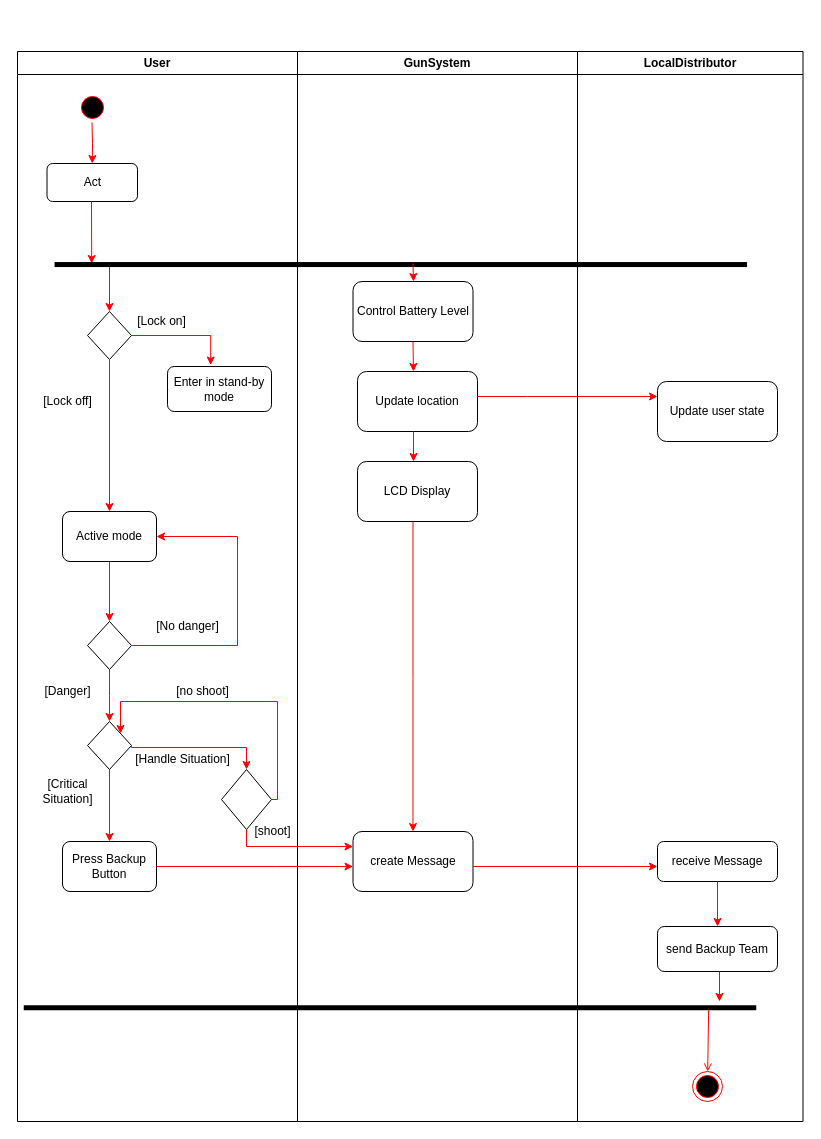
This is SECOND_ACTIVITY_DIAGRAM.drawio from mardyr/UML-and-diagrams, a draw.io file, before an edit. Source tidied: cells renumbered, new cells numbered last; positions are measured from the earlier drawing's top-left corner, leaving out a move shared by most shapes. Both pictures are drawn from the tidied source at 100%, with x=0, y=0 at pixel (17, -82).
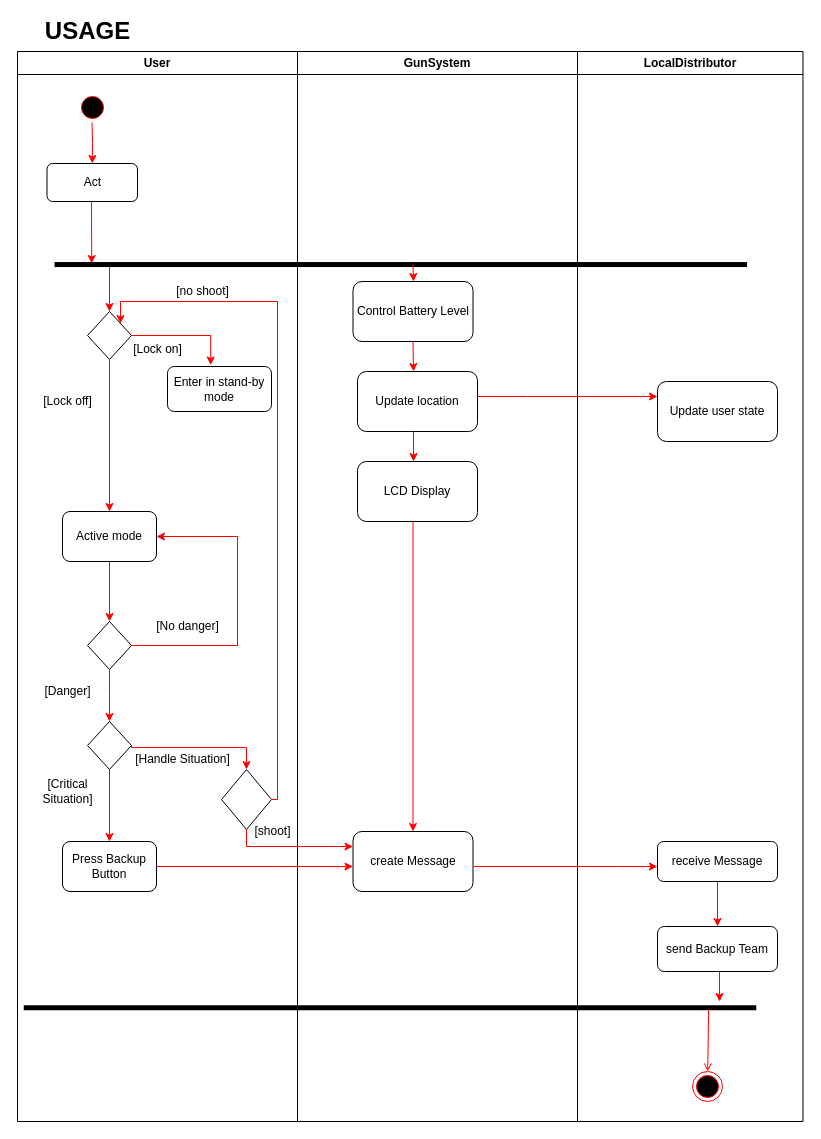
After the change.

Unchanged cells that the change refers to:
```xml
<mxCell id="2" value="User" style="swimlane;whiteSpace=wrap;" parent="1" vertex="1">
  <mxGeometry y="133" width="280" height="1070" as="geometry" />
</mxCell>
<mxCell id="8" style="rhombus;whiteSpace=wrap;html=1;" parent="2" vertex="1">
  <mxGeometry x="70" y="260" width="44" height="48" as="geometry" />
</mxCell>
<mxCell id="23" style="rhombus;whiteSpace=wrap;html=1;" parent="2" vertex="1">
  <mxGeometry x="70" y="670" width="44" height="48" as="geometry" />
</mxCell>
<mxCell id="26" style="rhombus;whiteSpace=wrap;html=1;" parent="2" vertex="1">
  <mxGeometry x="204" y="718" width="50" height="60" as="geometry" />
</mxCell>
```

The edit, as a diff of the source:
```diff
@@
     <mxCell id="12" value="[Lock on]" style="text;html=1;align=center;verticalAlign=middle;" parent="2" vertex="1">
-      <mxGeometry x="114" y="260" width="60" height="20" as="geometry" />
+      <mxGeometry x="110" y="288" width="60" height="20" as="geometry" />
     </mxCell>
@@
-    <mxCell id="29" style="edgeStyle=orthogonalEdgeStyle;rounded=0;jettySize=auto;html=1;strokeColor=#FF0000;entryX=1;entryY=0;entryDx=0;entryDy=0;" parent="2" edge="1" source="26" target="23">
+    <mxCell id="29" style="edgeStyle=orthogonalEdgeStyle;rounded=0;jettySize=auto;html=1;strokeColor=#FF0000;entryX=1;entryY=0;entryDx=0;entryDy=0;" parent="2" edge="1" source="26" target="8">
       <mxGeometry relative="1" as="geometry">
         <Array as="points">
           <mxPoint x="260" y="748" />
-          <mxPoint x="260" y="650" />
-          <mxPoint x="103" y="650" />
+          <mxPoint x="260" y="250" />
+          <mxPoint x="103" y="250" />
         </Array>
       </mxGeometry>
     </mxCell>
     <mxCell id="30" value="[no shoot]" style="text;html=1;align=center;verticalAlign=middle;" parent="2" vertex="1">
-      <mxGeometry x="150" y="630" width="70" height="20" as="geometry" />
+      <mxGeometry x="150" y="230" width="70" height="20" as="geometry" />
     </mxCell>
@@
+    <mxCell id="54" value="&lt;b&gt;&lt;font style=&quot;font-size: 24px&quot;&gt;USAGE&lt;/font&gt;&lt;/b&gt;" style="text;html=1;align=center;verticalAlign=middle;" parent="1" vertex="1">
+      <mxGeometry x="20" y="103" width="100" height="20" as="geometry" />
+    </mxCell>
```
